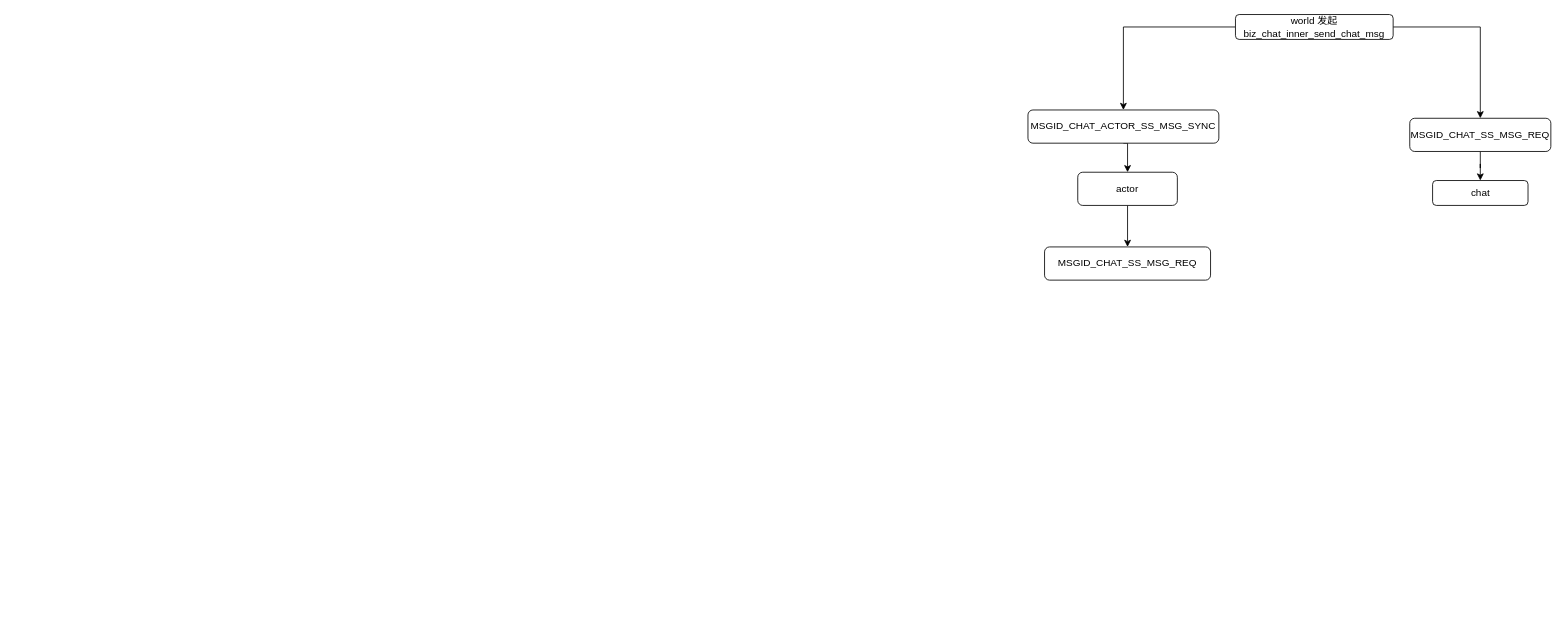
Before: 通用业务.drawio in junpfeng/UE, a draw.io diagram. Source tidied: cells renumbered, new cells numbered last; positions are measured from the earlier drawing's top-left corner, leaving out a move shared by most shapes. Both pictures are drawn from the tidied source at 83%, with x=0, y=0 at pixel (1028, 14).
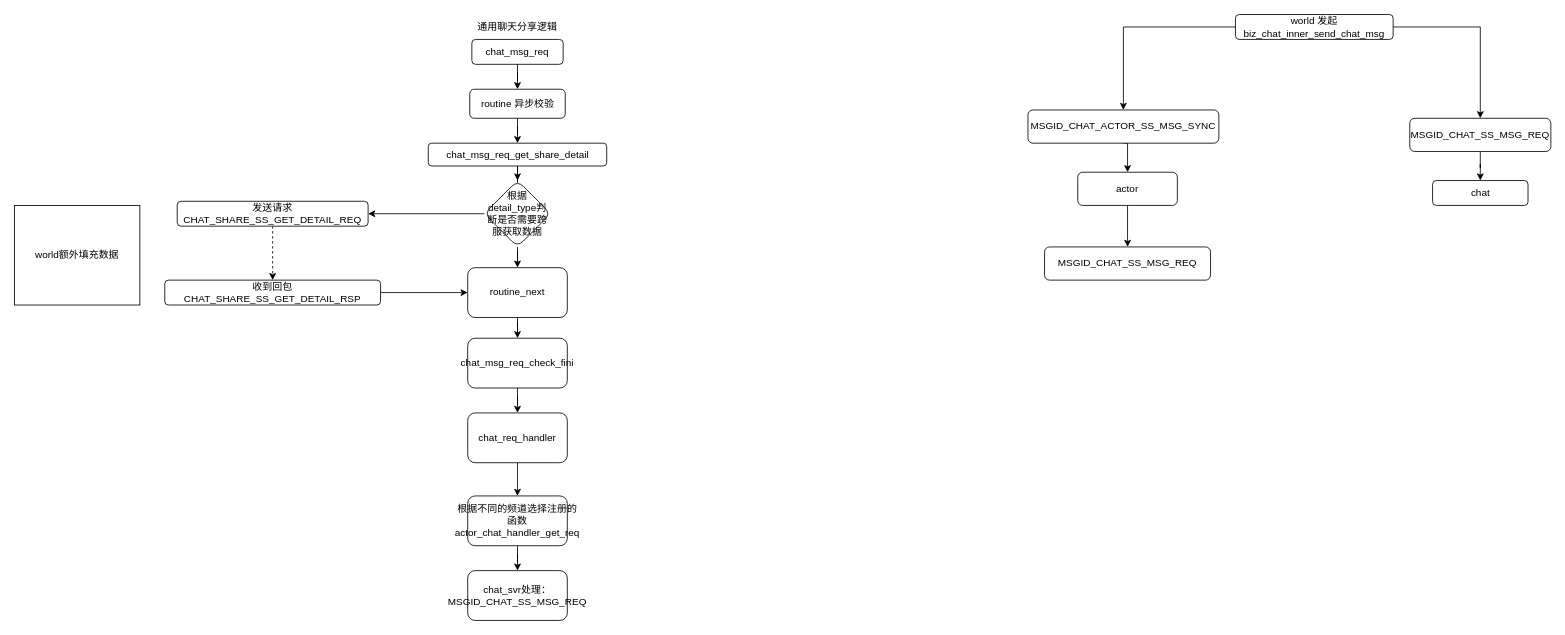
Above is the later version.

Commit message:
更新通用业务.drawio

The edit, as a diff of the source:
```diff
@@
+    <mxCell id="13" value="通用聊天分享逻辑" style="text;html=1;align=center;verticalAlign=middle;whiteSpace=wrap;rounded=0;" parent="1" vertex="1">
+      <mxGeometry x="-670" width="110" height="30" as="geometry" />
+    </mxCell>
+    <mxCell id="14" style="edgeStyle=orthogonalEdgeStyle;rounded=0;jettySize=auto;html=1;" parent="1" edge="1" source="15" target="17">
+      <mxGeometry relative="1" as="geometry" />
+    </mxCell>
+    <mxCell id="15" value="&lt;span style=&quot;font-size: 12px;&quot;&gt;chat_msg_req&lt;/span&gt;" style="rounded=1;whiteSpace=wrap;html=1;" parent="1" vertex="1">
+      <mxGeometry x="-670" y="30" width="110" height="30" as="geometry" />
+    </mxCell>
+    <mxCell id="16" style="edgeStyle=orthogonalEdgeStyle;rounded=0;jettySize=auto;html=1;" parent="1" edge="1" source="17" target="19">
+      <mxGeometry relative="1" as="geometry" />
+    </mxCell>
+    <mxCell id="17" value="routine 异步校验" style="whiteSpace=wrap;html=1;rounded=1;" parent="1" vertex="1">
+      <mxGeometry x="-672.5" y="90" width="115" height="35" as="geometry" />
+    </mxCell>
+    <mxCell id="18" style="edgeStyle=orthogonalEdgeStyle;rounded=0;jettySize=auto;html=1;" parent="1" edge="1" source="19" target="22">
+      <mxGeometry relative="1" as="geometry" />
+    </mxCell>
+    <mxCell id="19" value="&lt;span style=&quot;font-size: 12px;&quot;&gt;chat_msg_req_get_share_detail&lt;/span&gt;" style="whiteSpace=wrap;html=1;rounded=1;" parent="1" vertex="1">
+      <mxGeometry x="-722.5" y="155" width="215" height="27.5" as="geometry" />
+    </mxCell>
+    <mxCell id="20" style="edgeStyle=orthogonalEdgeStyle;rounded=0;jettySize=auto;html=1;" parent="1" edge="1" source="22" target="24">
+      <mxGeometry relative="1" as="geometry" />
+    </mxCell>
+    <mxCell id="21" style="edgeStyle=orthogonalEdgeStyle;rounded=0;jettySize=auto;html=1;entryX=0.5;entryY=0;entryDx=0;entryDy=0;" parent="1" edge="1" source="22" target="28">
+      <mxGeometry relative="1" as="geometry" />
+    </mxCell>
+    <mxCell id="22" value="根据detail_type判断是否需要跨服获取数据" style="rhombus;whiteSpace=wrap;html=1;rounded=1;" parent="1" vertex="1">
+      <mxGeometry x="-655" y="200" width="80" height="80" as="geometry" />
+    </mxCell>
+    <mxCell id="23" style="edgeStyle=orthogonalEdgeStyle;rounded=0;jettySize=auto;html=1;dashed=1;" parent="1" edge="1" source="24" target="26">
+      <mxGeometry relative="1" as="geometry" />
+    </mxCell>
+    <mxCell id="24" value="&lt;span style=&quot;font-size: 12px;&quot;&gt;发送请求CHAT_SHARE_SS_GET_DETAIL_REQ&lt;/span&gt;" style="whiteSpace=wrap;html=1;rounded=1;" parent="1" vertex="1">
+      <mxGeometry x="-1025" y="225" width="230" height="30" as="geometry" />
+    </mxCell>
+    <mxCell id="25" style="edgeStyle=orthogonalEdgeStyle;rounded=0;jettySize=auto;html=1;" parent="1" edge="1" source="26" target="28">
+      <mxGeometry relative="1" as="geometry" />
+    </mxCell>
+    <mxCell id="26" value="收到回包&lt;div&gt;&lt;span style=&quot;font-size: 12px;&quot;&gt;CHAT_SHARE_SS_GET_DETAIL_RSP&lt;/span&gt;&lt;/div&gt;" style="whiteSpace=wrap;html=1;rounded=1;" parent="1" vertex="1">
+      <mxGeometry x="-1040" y="320" width="260" height="30" as="geometry" />
+    </mxCell>
+    <mxCell id="27" style="edgeStyle=orthogonalEdgeStyle;rounded=0;jettySize=auto;html=1;" parent="1" edge="1" source="28" target="30">
+      <mxGeometry relative="1" as="geometry" />
+    </mxCell>
+    <mxCell id="28" value="routine_next" style="whiteSpace=wrap;html=1;rounded=1;" parent="1" vertex="1">
+      <mxGeometry x="-675" y="305" width="120" height="60" as="geometry" />
+    </mxCell>
+    <mxCell id="29" style="edgeStyle=orthogonalEdgeStyle;rounded=0;jettySize=auto;html=1;" parent="1" edge="1" source="30" target="32">
+      <mxGeometry relative="1" as="geometry" />
+    </mxCell>
+    <mxCell id="30" value="chat_msg_req_check_fini" style="whiteSpace=wrap;html=1;rounded=1;" parent="1" vertex="1">
+      <mxGeometry x="-675" y="390" width="120" height="60" as="geometry" />
+    </mxCell>
+    <mxCell id="31" style="edgeStyle=orthogonalEdgeStyle;rounded=0;jettySize=auto;html=1;" parent="1" edge="1" source="32" target="34">
+      <mxGeometry relative="1" as="geometry" />
+    </mxCell>
+    <mxCell id="32" value="&lt;span style=&quot;font-size: 12px;&quot;&gt;chat_req_handler&lt;/span&gt;" style="whiteSpace=wrap;html=1;rounded=1;" parent="1" vertex="1">
+      <mxGeometry x="-675" y="480" width="120" height="60" as="geometry" />
+    </mxCell>
+    <mxCell id="33" style="edgeStyle=orthogonalEdgeStyle;rounded=0;jettySize=auto;html=1;" parent="1" edge="1" source="34" target="35">
+      <mxGeometry relative="1" as="geometry" />
+    </mxCell>
+    <mxCell id="34" value="&lt;div&gt;根据不同的频道选择注册的函数&lt;/div&gt;&lt;span style=&quot;font-size: 12px;&quot;&gt;actor_chat_handler_get_req&lt;/span&gt;" style="whiteSpace=wrap;html=1;rounded=1;" parent="1" vertex="1">
+      <mxGeometry x="-675" y="580" width="120" height="60" as="geometry" />
+    </mxCell>
+    <mxCell id="35" value="&lt;div&gt;&lt;span style=&quot;font-size: 12px;&quot;&gt;chat_svr处理：&lt;/span&gt;&lt;/div&gt;&lt;span style=&quot;font-size: 12px;&quot;&gt;MSGID_CHAT_SS_MSG_REQ&lt;/span&gt;" style="whiteSpace=wrap;html=1;rounded=1;" parent="1" vertex="1">
+      <mxGeometry x="-675" y="670" width="120" height="60" as="geometry" />
+    </mxCell>
+    <mxCell id="36" value="world额外填充数据" style="rounded=0;whiteSpace=wrap;html=1;" parent="1" vertex="1">
+      <mxGeometry x="-1221" y="230" width="151" height="120" as="geometry" />
+    </mxCell>
```
